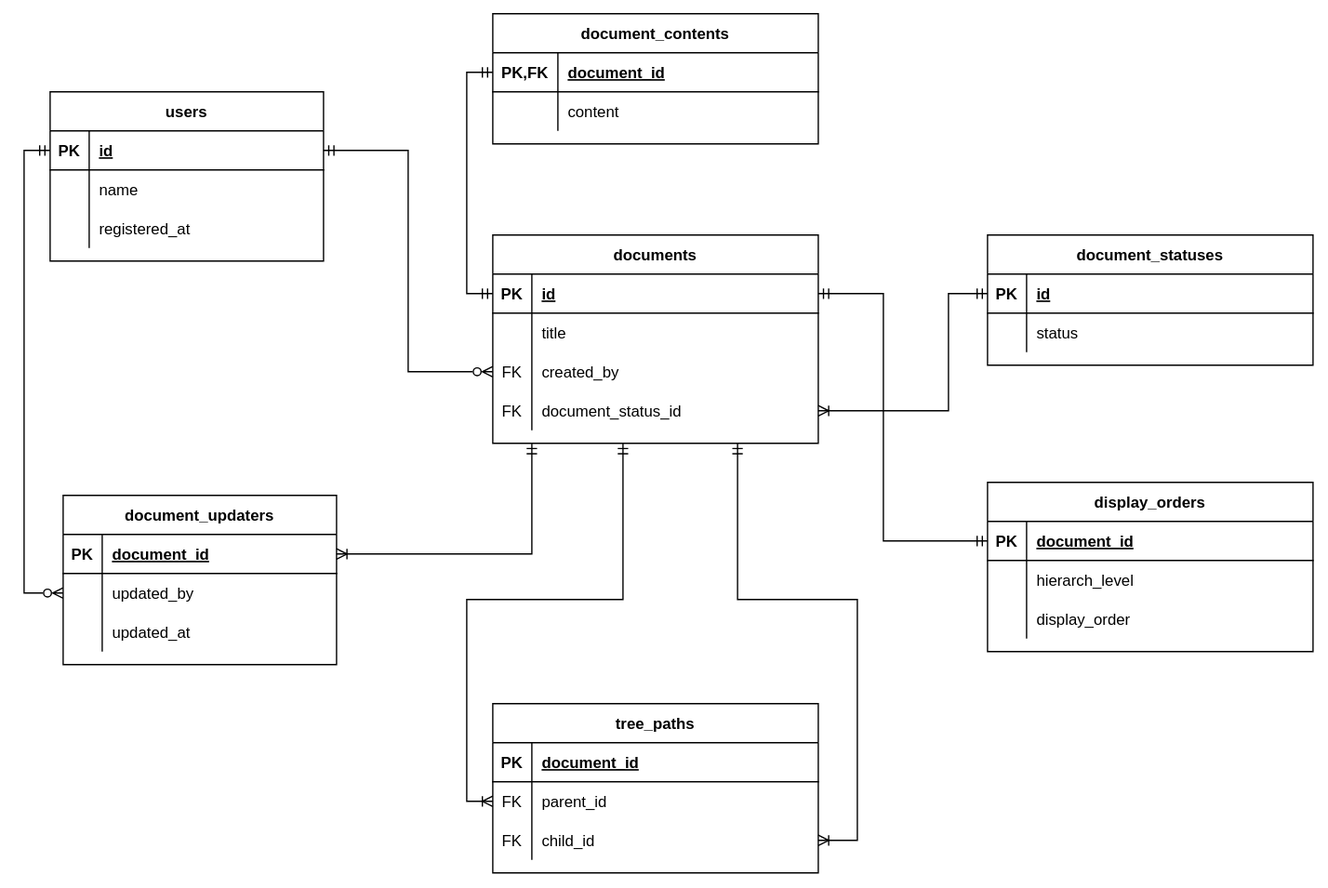
This is kurosawa/db_design/task3/images/db_modeling_3_1.svg from blueglasses1995/pair_1a, a draw.io export, as it was before one commit. Source tidied: cells renumbered, new cells last; positions are measured from the earlier drawing's top-left corner, leaving out a move shared by most shapes.
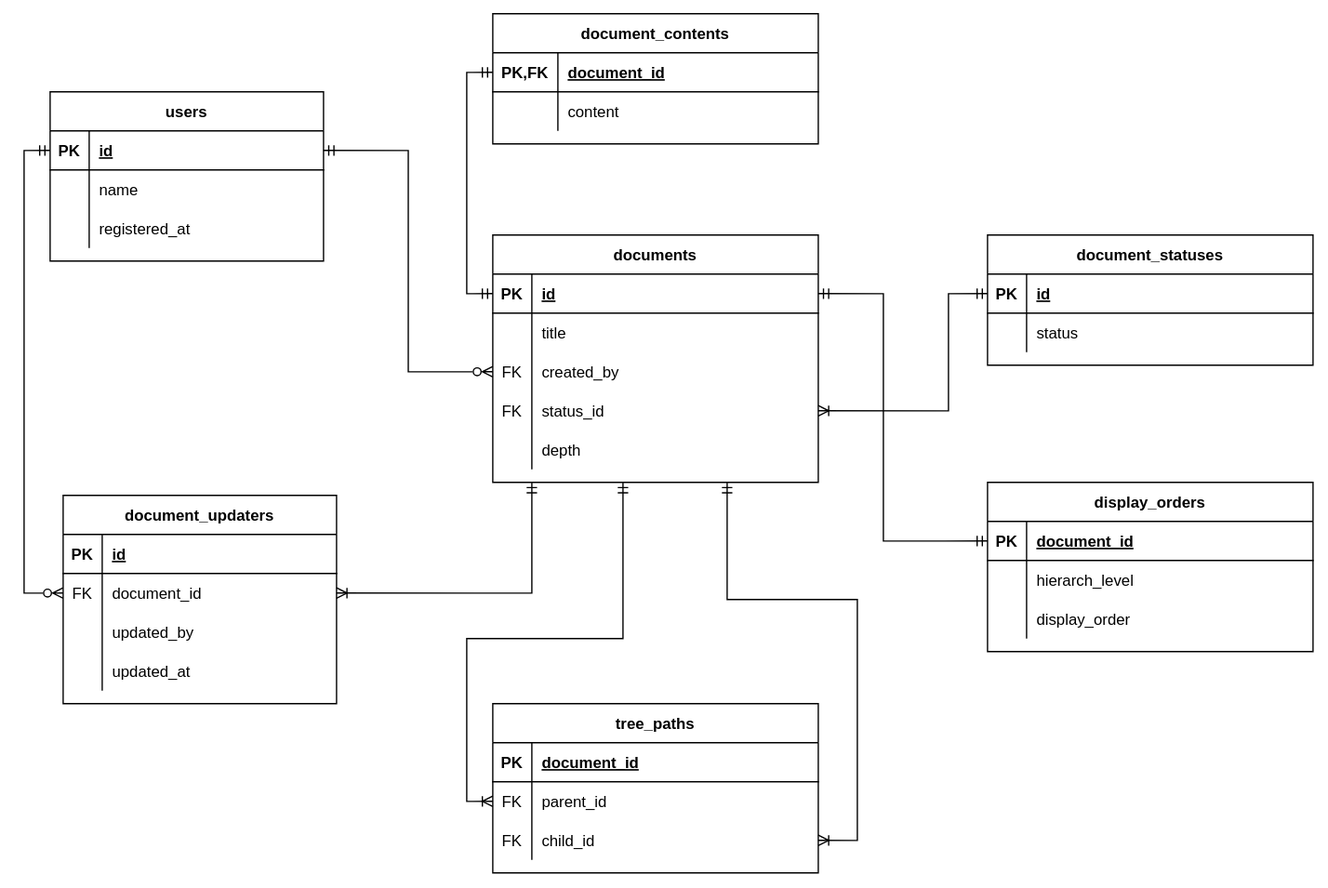
Above is the later version.

The edit, as a diff of the source:
```diff
@@ -3,7 +3,7 @@
     <mxCell id="0" />
     <mxCell id="1" parent="0" />
     <mxCell id="2" value="documents" style="shape=table;startSize=30;rowLines=0;fontStyle=1;align=center;" parent="1" vertex="1">
-      <mxGeometry x="340" y="170" width="250" height="160" as="geometry" />
+      <mxGeometry x="340" y="170" width="250" height="190" as="geometry" />
     </mxCell>
     <mxCell id="3" style="shape=partialRectangle;fillColor=none;points=[[0,0.5],[1,0.5]];portConstraint=eastwest;top=0;left=0;right=0;bottom=1;" parent="2" vertex="1">
       <mxGeometry y="30" width="250" height="30" as="geometry" />
@@ -38,9 +38,18 @@
     <mxCell id="13" value="FK" style="shape=partialRectangle;overflow=hidden;fillColor=none;top=0;left=0;bottom=0;right=0;" parent="12" vertex="1">
       <mxGeometry width="30" height="30" as="geometry" />
     </mxCell>
-    <mxCell id="14" value="document_status_id" style="shape=partialRectangle;overflow=hidden;fillColor=none;top=0;left=0;bottom=0;right=0;align=left;spacingLeft=6;" parent="12" vertex="1">
+    <mxCell id="14" value="status_id" style="shape=partialRectangle;overflow=hidden;fillColor=none;top=0;left=0;bottom=0;right=0;align=left;spacingLeft=6;" parent="12" vertex="1">
       <mxGeometry x="30" width="220" height="30" as="geometry" />
     </mxCell>
+    <mxCell id="77" style="shape=partialRectangle;fillColor=none;top=0;left=0;right=0;bottom=0;" parent="2" vertex="1">
+      <mxGeometry y="150" width="250" height="30" as="geometry" />
+    </mxCell>
+    <mxCell id="78" style="shape=partialRectangle;overflow=hidden;fillColor=none;top=0;left=0;bottom=0;right=0;" parent="77" vertex="1">
+      <mxGeometry width="30" height="30" as="geometry" />
+    </mxCell>
+    <mxCell id="79" value="depth" style="shape=partialRectangle;overflow=hidden;fillColor=none;top=0;left=0;bottom=0;right=0;align=left;spacingLeft=6;" parent="77" vertex="1">
+      <mxGeometry x="30" width="220" height="30" as="geometry" />
+    </mxCell>
     <mxCell id="15" value="tree_paths" style="shape=table;startSize=30;rowLines=0;fontStyle=1;align=center;" parent="1" vertex="1">
       <mxGeometry x="340" y="530" width="250" height="130" as="geometry" />
     </mxCell>
@@ -103,21 +112,21 @@
     </mxCell>
     <mxCell id="35" style="edgeStyle=orthogonalEdgeStyle;rounded=0;jettySize=auto;html=1;exitX=0;exitY=0.5;exitDx=0;exitDy=0;endArrow=ERmandOne;endFill=0;startArrow=ERoneToMany;startFill=0;" parent="1" edge="1" source="19">
       <mxGeometry relative="1" as="geometry">
-        <mxPoint x="440" y="330" as="targetPoint" />
+        <mxPoint x="440" y="360" as="targetPoint" />
         <Array as="points">
           <mxPoint x="320" y="605" />
-          <mxPoint x="320" y="450" />
-          <mxPoint x="440" y="450" />
+          <mxPoint x="320" y="480" />
+          <mxPoint x="440" y="480" />
         </Array>
       </mxGeometry>
     </mxCell>
-    <mxCell id="36" style="edgeStyle=orthogonalEdgeStyle;rounded=0;jettySize=auto;html=1;exitX=1;exitY=0.5;exitDx=0;exitDy=0;endArrow=ERmandOne;endFill=0;startArrow=ERoneToMany;startFill=0;entryX=0.75;entryY=1;entryDx=0;entryDy=0;" parent="1" edge="1" source="22" target="2">
+    <mxCell id="36" style="edgeStyle=orthogonalEdgeStyle;rounded=0;jettySize=auto;html=1;exitX=1;exitY=0.5;exitDx=0;exitDy=0;endArrow=ERmandOne;endFill=0;startArrow=ERoneToMany;startFill=0;" parent="1" edge="1" source="22">
       <mxGeometry relative="1" as="geometry">
+        <mxPoint x="520" y="360" as="targetPoint" />
         <Array as="points">
           <mxPoint x="620" y="635" />
           <mxPoint x="620" y="450" />
-          <mxPoint x="528" y="450" />
-          <mxPoint x="528" y="330" />
+          <mxPoint x="520" y="450" />
         </Array>
       </mxGeometry>
     </mxCell>
@@ -219,7 +228,7 @@
       <mxGeometry relative="1" as="geometry" />
     </mxCell>
     <mxCell id="66" value="document_updaters" style="shape=table;startSize=30;rowLines=0;fontStyle=1;align=center;" parent="1" vertex="1">
-      <mxGeometry x="10" y="370" width="210" height="130" as="geometry" />
+      <mxGeometry x="10" y="370" width="210" height="160" as="geometry" />
     </mxCell>
     <mxCell id="67" style="shape=partialRectangle;fillColor=none;points=[[0,0.5],[1,0.5]];portConstraint=eastwest;top=0;left=0;right=0;bottom=1;" parent="66" vertex="1">
       <mxGeometry y="30" width="210" height="30" as="geometry" />
@@ -227,20 +236,29 @@
     <mxCell id="68" value="PK" style="shape=partialRectangle;overflow=hidden;fillColor=none;top=0;left=0;bottom=0;right=0;fontStyle=1;" parent="67" vertex="1">
       <mxGeometry width="30" height="30" as="geometry" />
     </mxCell>
-    <mxCell id="69" value="document_id" style="shape=partialRectangle;overflow=hidden;fillColor=none;top=0;left=0;bottom=0;right=0;align=left;spacingLeft=6;fontStyle=5;" parent="67" vertex="1">
+    <mxCell id="69" value="id" style="shape=partialRectangle;overflow=hidden;fillColor=none;top=0;left=0;bottom=0;right=0;align=left;spacingLeft=6;fontStyle=5;" parent="67" vertex="1">
       <mxGeometry x="30" width="180" height="30" as="geometry" />
     </mxCell>
     <mxCell id="70" style="shape=partialRectangle;fillColor=none;points=[[0,0.5],[1,0.5]];portConstraint=eastwest;top=0;left=0;right=0;bottom=0;" parent="66" vertex="1">
       <mxGeometry y="60" width="210" height="30" as="geometry" />
     </mxCell>
-    <mxCell id="71" style="shape=partialRectangle;overflow=hidden;fillColor=none;top=0;left=0;bottom=0;right=0;" parent="70" vertex="1">
+    <mxCell id="71" value="FK" style="shape=partialRectangle;overflow=hidden;fillColor=none;top=0;left=0;bottom=0;right=0;" parent="70" vertex="1">
       <mxGeometry width="30" height="30" as="geometry" />
     </mxCell>
-    <mxCell id="72" value="updated_by" style="shape=partialRectangle;overflow=hidden;fillColor=none;top=0;left=0;bottom=0;right=0;align=left;spacingLeft=6;" parent="70" vertex="1">
+    <mxCell id="72" value="document_id" style="shape=partialRectangle;overflow=hidden;fillColor=none;top=0;left=0;bottom=0;right=0;align=left;spacingLeft=6;" parent="70" vertex="1">
       <mxGeometry x="30" width="180" height="30" as="geometry" />
     </mxCell>
+    <mxCell id="80" style="shape=partialRectangle;fillColor=none;top=0;left=0;right=0;bottom=0;" parent="66" vertex="1">
+      <mxGeometry y="90" width="210" height="30" as="geometry" />
+    </mxCell>
+    <mxCell id="81" style="shape=partialRectangle;overflow=hidden;fillColor=none;top=0;left=0;bottom=0;right=0;" parent="80" vertex="1">
+      <mxGeometry width="30" height="30" as="geometry" />
+    </mxCell>
+    <mxCell id="82" value="updated_by" style="shape=partialRectangle;overflow=hidden;fillColor=none;top=0;left=0;bottom=0;right=0;align=left;spacingLeft=6;" parent="80" vertex="1">
+      <mxGeometry x="30" width="180" height="30" as="geometry" />
+    </mxCell>
     <mxCell id="73" style="shape=partialRectangle;fillColor=none;top=0;left=0;right=0;bottom=0;" parent="66" vertex="1">
-      <mxGeometry y="90" width="210" height="30" as="geometry" />
+      <mxGeometry y="120" width="210" height="30" as="geometry" />
     </mxCell>
     <mxCell id="74" style="shape=partialRectangle;overflow=hidden;fillColor=none;top=0;left=0;bottom=0;right=0;" parent="73" vertex="1">
       <mxGeometry width="30" height="30" as="geometry" />
@@ -248,9 +266,9 @@
     <mxCell id="75" value="updated_at" style="shape=partialRectangle;overflow=hidden;fillColor=none;top=0;left=0;bottom=0;right=0;align=left;spacingLeft=6;" parent="73" vertex="1">
       <mxGeometry x="30" width="180" height="30" as="geometry" />
     </mxCell>
-    <mxCell id="76" style="edgeStyle=orthogonalEdgeStyle;rounded=0;jettySize=auto;html=1;exitX=1;exitY=0.5;exitDx=0;exitDy=0;endArrow=ERmandOne;endFill=0;startArrow=ERoneToMany;startFill=0;" parent="1" edge="1" source="67">
+    <mxCell id="76" style="edgeStyle=orthogonalEdgeStyle;rounded=0;jettySize=auto;html=1;exitX=1;exitY=0.5;exitDx=0;exitDy=0;endArrow=ERmandOne;endFill=0;startArrow=ERoneToMany;startFill=0;" parent="1" edge="1" source="70">
       <mxGeometry relative="1" as="geometry">
-        <mxPoint x="370" y="330" as="targetPoint" />
+        <mxPoint x="370" y="360" as="targetPoint" />
       </mxGeometry>
     </mxCell>
   </root>
```
